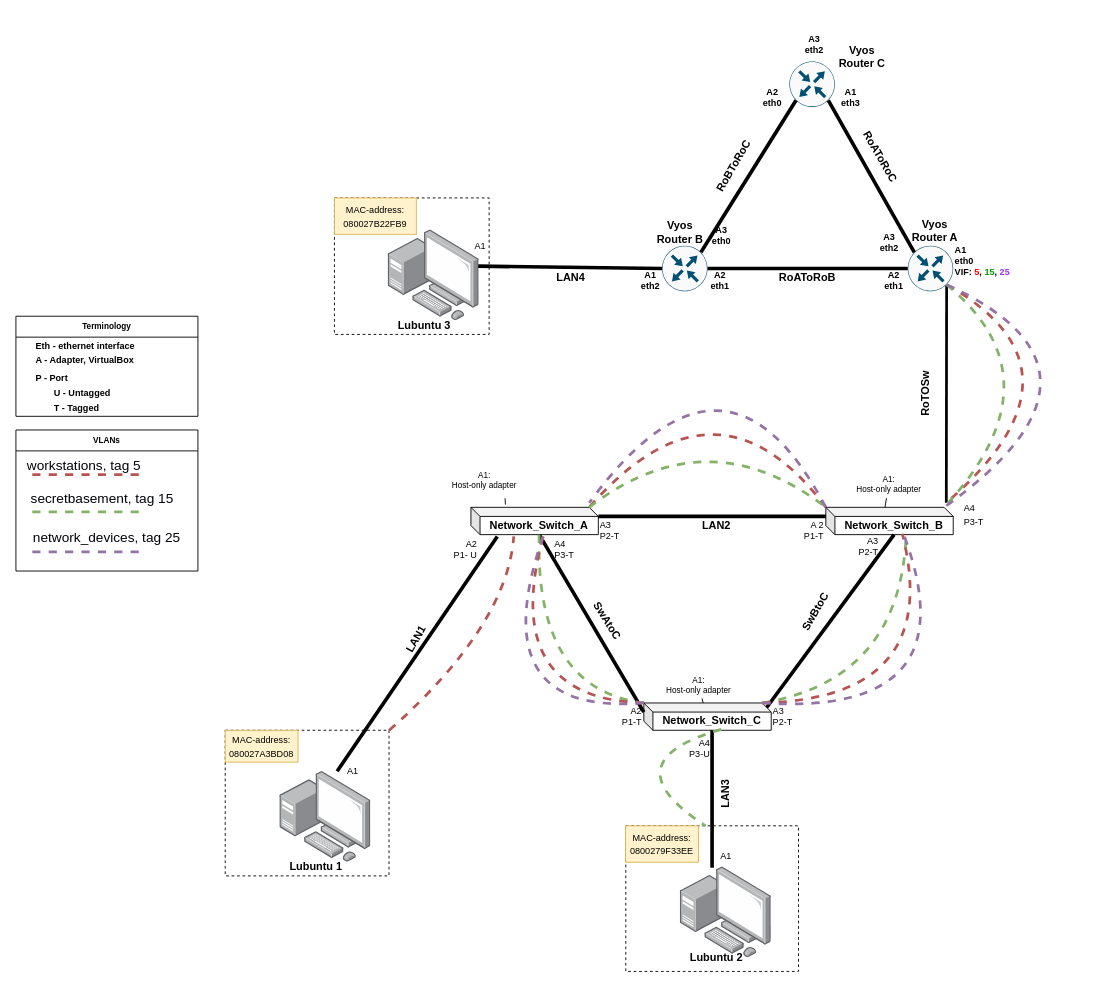
Before: page "Physical Topology" (1 of 4) of documentation/E09/E09NetworkCharts.drawio in Kjersheim/DataNetworksIntro2023, a draw.io diagram. Source tidied: cells renumbered, new cells numbered last; positions are measured from the earlier drawing's top-left corner, leaving out a move shared by most shapes. Both pictures are drawn from the tidied source at 91%, with x=0, y=0 at pixel (15, 26).
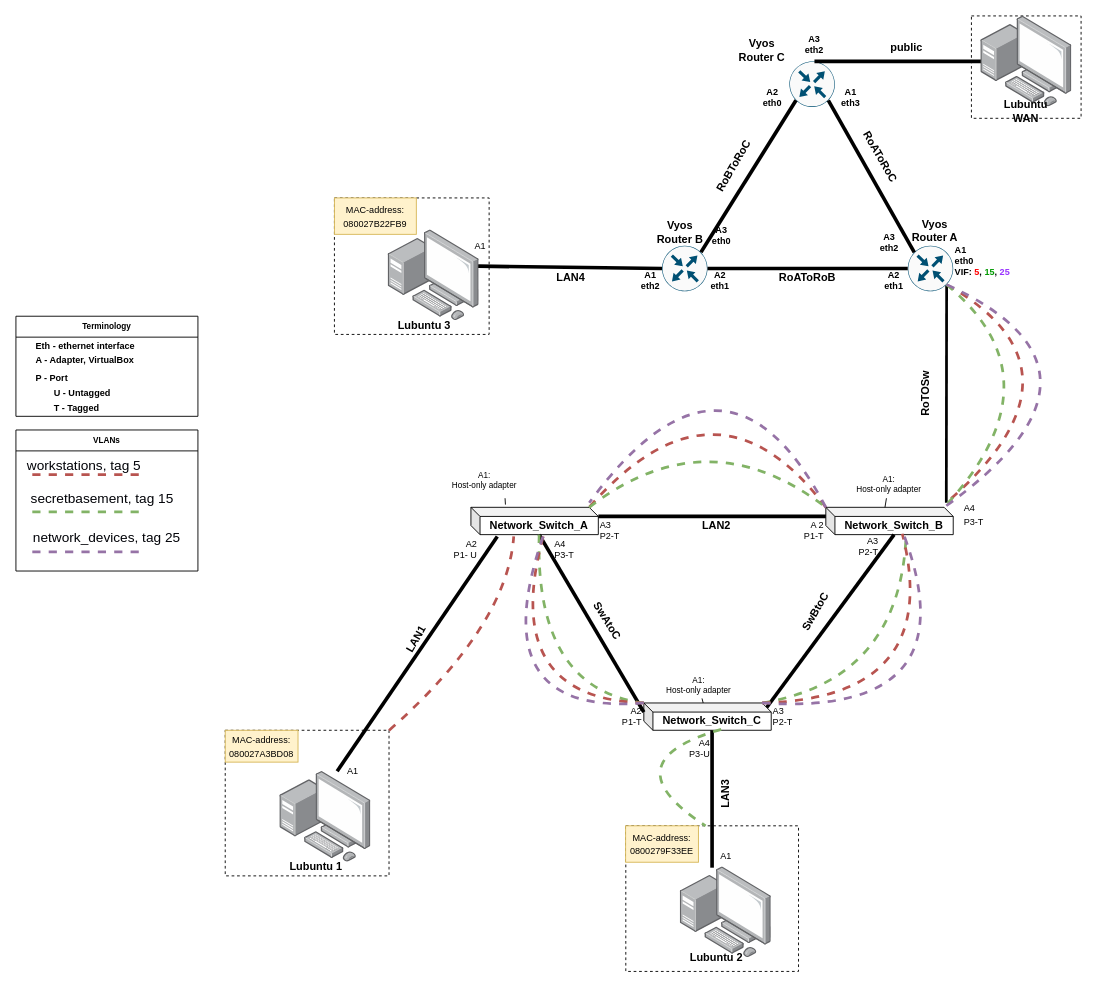
The same diagram, later.

The change refers to these unchanged cells:
```xml
<mxCell id="97" value="A3&lt;br&gt;eth2" style="text;strokeColor=none;align=center;fillColor=none;html=1;verticalAlign=middle;whiteSpace=wrap;rounded=0;rotation=0;fontStyle=1;fontSize=10;" parent="1" vertex="1">
  <mxGeometry x="860" y="0.5" width="35" height="37.5" as="geometry" />
</mxCell>
```

What changed in the source:
```diff
@@
     <mxCell id="88" value="Vyos Router C" style="text;strokeColor=none;align=center;fillColor=none;html=1;verticalAlign=middle;whiteSpace=wrap;rounded=0;fontStyle=1;" parent="1" vertex="1">
-      <mxGeometry x="900" y="18" width="60" height="30" as="geometry" />
+      <mxGeometry x="790" y="10.5" width="60" height="30" as="geometry" />
     </mxCell>
@@
+    <mxCell id="98" style="rounded=0;whiteSpace=wrap;html=1;textOpacity=0;fillColor=none;dashed=1;" parent="1" vertex="1">
+      <mxGeometry x="1050" y="-12" width="120.5" height="112.5" as="geometry" />
+    </mxCell>
+    <mxCell id="99" style="points=[];html=1;align=center;shadow=0;dashed=0;image;image=img/lib/allied_telesis/computer_and_terminals/Personal_Computer_with_Server.svg;" parent="1" vertex="1">
+      <mxGeometry x="1060.3" y="-12" width="100" height="100" as="geometry" />
+    </mxCell>
+    <mxCell id="100" value="Lubuntu WAN" style="text;strokeColor=none;align=center;fillColor=none;html=1;verticalAlign=middle;whiteSpace=wrap;rounded=0;fontStyle=1;" parent="1" vertex="1">
+      <mxGeometry x="1071.2" y="78" width="78" height="30" as="geometry" />
+    </mxCell>
+    <mxCell id="101" style="endArrow=none;html=1;rounded=0;strokeWidth=4;entryX=0.5;entryY=1;entryDx=0;entryDy=0;" parent="1" edge="1" source="99" target="97">
+      <mxGeometry relative="1" as="geometry" />
+    </mxCell>
+    <mxCell id="102" value="&lt;b&gt;&lt;font style=&quot;font-size: 12px;&quot;&gt;public&lt;/font&gt;&lt;/b&gt;" style="text;strokeColor=none;align=center;fillColor=none;html=1;verticalAlign=middle;whiteSpace=wrap;rounded=0;dashed=1;fontSize=10;rotation=0;" parent="1" vertex="1">
+      <mxGeometry x="949.2" y="8" width="60" height="30" as="geometry" />
+    </mxCell>
```
